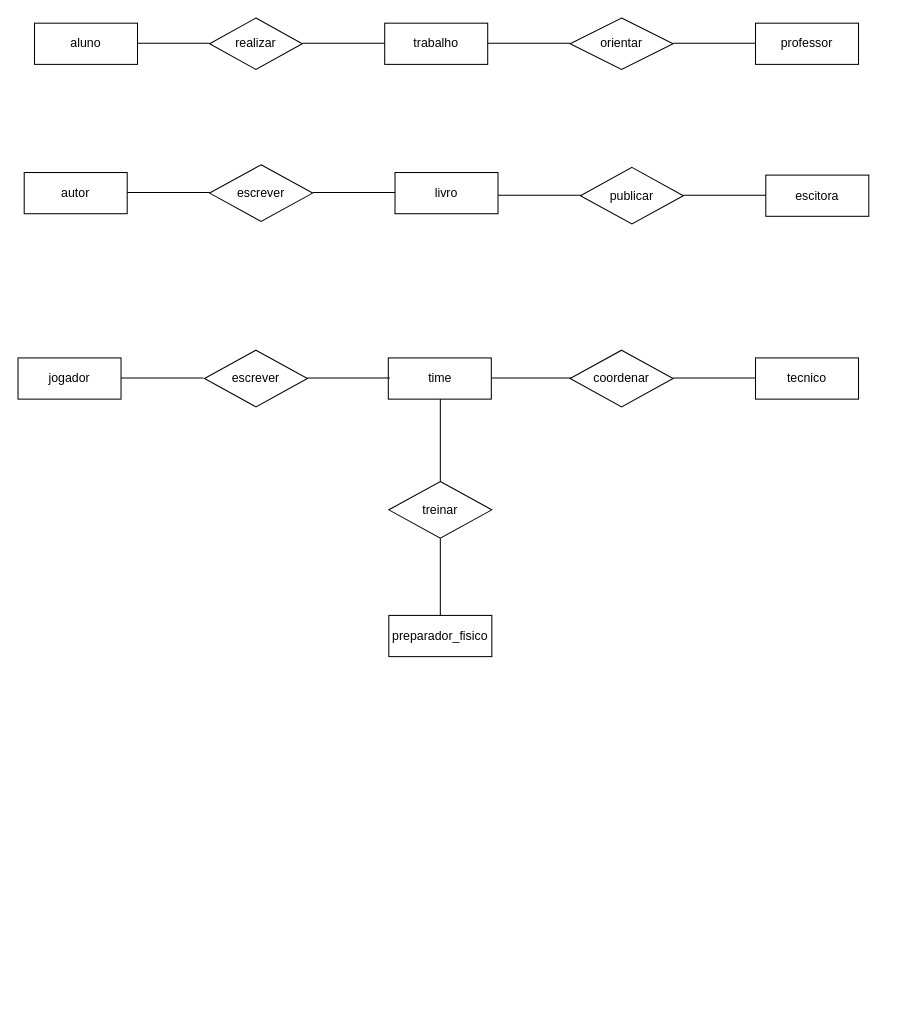
Before: conceitual_modelo_escola(ex1).drawio in KauaGuilhermeBrandalise/Banco_de_dados, a draw.io diagram. Source tidied: cells renumbered, new cells numbered last; positions are measured from the earlier drawing's top-left corner, leaving out a move shared by most shapes. Both pictures are drawn from the tidied source at 103%, with x=0, y=0 at pixel (18, 18).
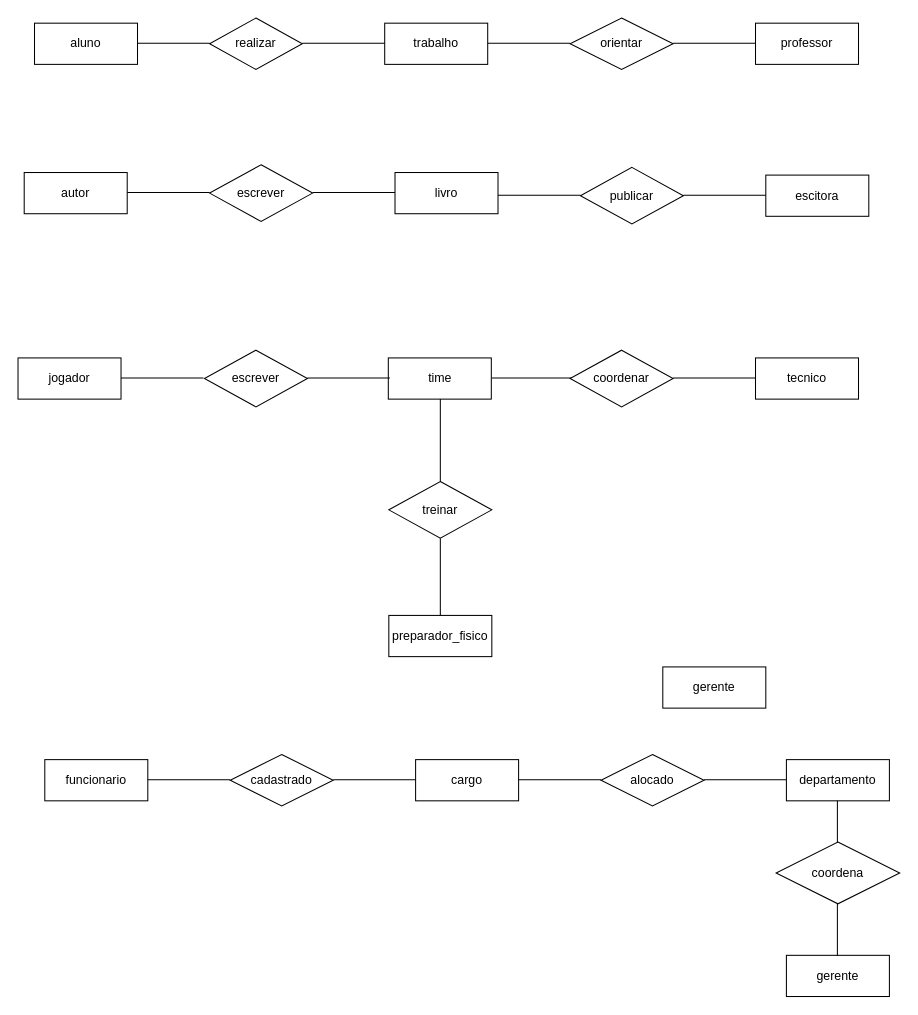
The same diagram, later.

Diff of the diagram source:
```diff
@@
+    <mxCell id="33" value="funcionario" style="whiteSpace=wrap;html=1;align=center;" parent="1" vertex="1">
+      <mxGeometry x="26" y="720" width="100" height="40" as="geometry" />
+    </mxCell>
+    <mxCell id="34" value="cargo" style="whiteSpace=wrap;html=1;align=center;" parent="1" vertex="1">
+      <mxGeometry x="386" y="720" width="100" height="40" as="geometry" />
+    </mxCell>
+    <mxCell id="35" value="departamento" style="whiteSpace=wrap;html=1;align=center;" parent="1" vertex="1">
+      <mxGeometry x="746" y="720" width="100" height="40" as="geometry" />
+    </mxCell>
+    <mxCell id="36" value="gerente" style="whiteSpace=wrap;html=1;align=center;" parent="1" vertex="1">
+      <mxGeometry x="626" y="630" width="100" height="40" as="geometry" />
+    </mxCell>
+    <mxCell id="37" value="alocado" style="shape=rhombus;perimeter=rhombusPerimeter;whiteSpace=wrap;html=1;align=center;" parent="1" vertex="1">
+      <mxGeometry x="566" y="715" width="100" height="50" as="geometry" />
+    </mxCell>
+    <mxCell id="38" value="coordena" style="shape=rhombus;perimeter=rhombusPerimeter;whiteSpace=wrap;html=1;align=center;" parent="1" vertex="1">
+      <mxGeometry x="736" y="800" width="120" height="60" as="geometry" />
+    </mxCell>
+    <mxCell id="39" value="cadastrado" style="shape=rhombus;perimeter=rhombusPerimeter;whiteSpace=wrap;html=1;align=center;" parent="1" vertex="1">
+      <mxGeometry x="206" y="715" width="100" height="50" as="geometry" />
+    </mxCell>
+    <mxCell id="40" value="gerente" style="whiteSpace=wrap;html=1;align=center;" parent="1" vertex="1">
+      <mxGeometry x="746" y="910" width="100" height="40" as="geometry" />
+    </mxCell>
+    <mxCell id="41" style="endArrow=none;html=1;rounded=0;" parent="1" edge="1">
+      <mxGeometry relative="1" as="geometry">
+        <mxPoint x="126" y="739.5" as="sourcePoint" />
+        <mxPoint x="206" y="739.5" as="targetPoint" />
+      </mxGeometry>
+    </mxCell>
+    <mxCell id="42" style="endArrow=none;html=1;rounded=0;" parent="1" edge="1">
+      <mxGeometry relative="1" as="geometry">
+        <mxPoint x="306" y="739.5" as="sourcePoint" />
+        <mxPoint x="386" y="739.5" as="targetPoint" />
+      </mxGeometry>
+    </mxCell>
+    <mxCell id="43" style="endArrow=none;html=1;rounded=0;" parent="1" edge="1">
+      <mxGeometry relative="1" as="geometry">
+        <mxPoint x="486" y="739.5" as="sourcePoint" />
+        <mxPoint x="566" y="739.5" as="targetPoint" />
+      </mxGeometry>
+    </mxCell>
+    <mxCell id="44" style="endArrow=none;html=1;rounded=0;" parent="1" edge="1">
+      <mxGeometry relative="1" as="geometry">
+        <mxPoint x="666" y="739.5" as="sourcePoint" />
+        <mxPoint x="746" y="739.5" as="targetPoint" />
+      </mxGeometry>
+    </mxCell>
+    <mxCell id="45" style="endArrow=none;html=1;rounded=0;" parent="1" edge="1">
+      <mxGeometry relative="1" as="geometry">
+        <mxPoint x="795.5" y="760" as="sourcePoint" />
+        <mxPoint x="795.5" y="800.5" as="targetPoint" />
+      </mxGeometry>
+    </mxCell>
+    <mxCell id="46" style="endArrow=none;html=1;rounded=0;" parent="1" edge="1">
+      <mxGeometry relative="1" as="geometry">
+        <mxPoint x="795.5" y="860" as="sourcePoint" />
+        <mxPoint x="795.5" y="910.5" as="targetPoint" />
+      </mxGeometry>
+    </mxCell>
```
